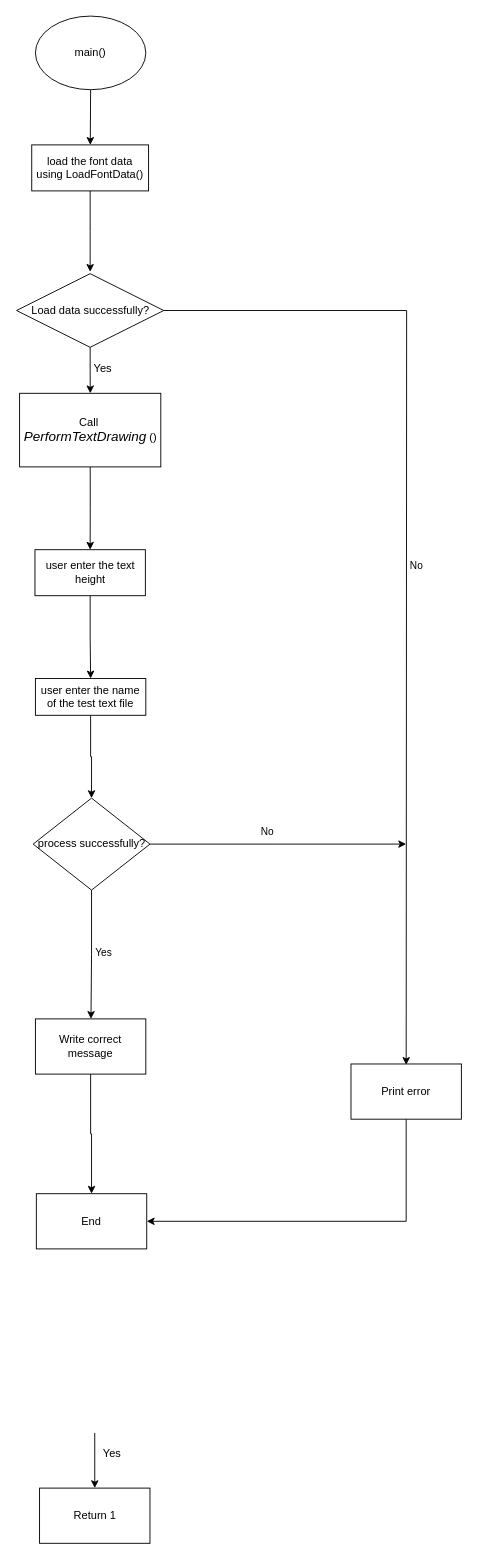
ssyzt397/robotics-2 keeps this draw.io diagram as main.drawio. Above is the earlier version. Source tidied: cells renumbered, new cells numbered last; positions are measured from the earlier drawing's top-left corner, leaving out a move shared by most shapes. Both pictures are drawn from the tidied source at 92%, with x=0, y=0 at pixel (16, 16).
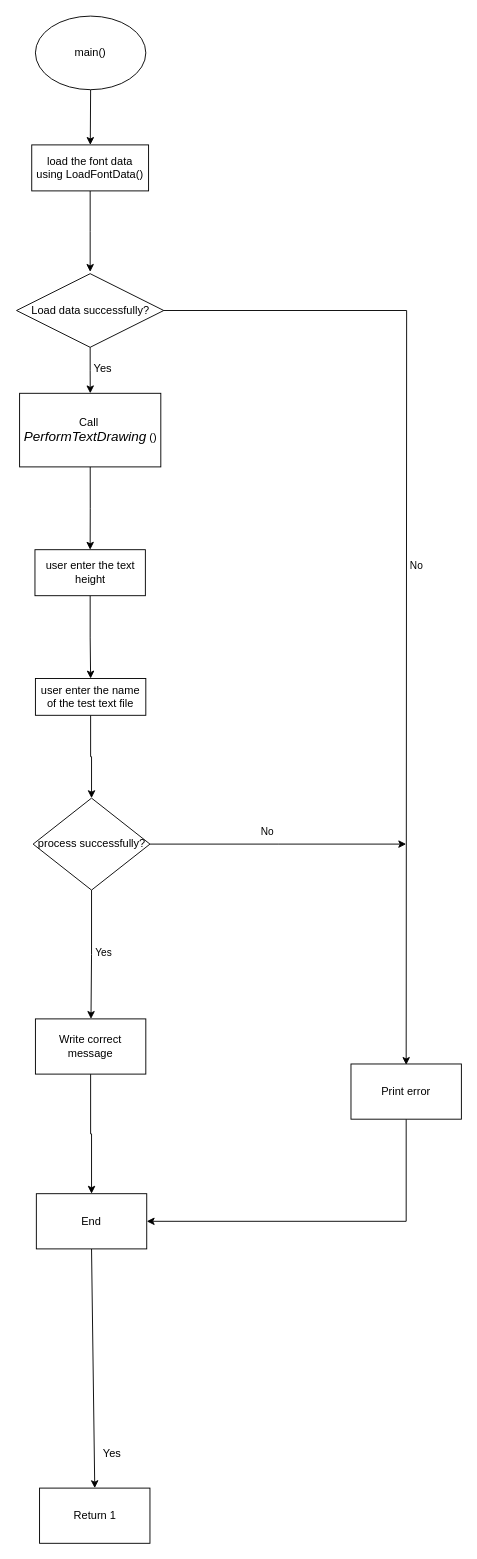
After the change.

Commit message:
change the flow chart about the main function

The change refers to these unchanged cells:
```xml
<mxCell id="12" value="Return 1" style="rounded=0;whiteSpace=wrap;html=1;" parent="1" vertex="1">
  <mxGeometry x="25.5" y="1600" width="120" height="60" as="geometry" />
</mxCell>
<mxCell id="26" value="End" style="rounded=0;whiteSpace=wrap;html=1;" parent="1" vertex="1">
  <mxGeometry x="22" y="1280" width="120" height="60" as="geometry" />
</mxCell>
```

What changed in the source:
```diff
@@
-    <mxCell id="13" style="endArrow=classic;html=1;rounded=0;entryX=0.5;entryY=0;entryDx=0;entryDy=0;exitX=0.5;exitY=1;exitDx=0;exitDy=0;" parent="1" edge="1" target="12">
-      <mxGeometry relative="1" as="geometry">
-        <mxPoint x="85.5" y="1540" as="sourcePoint" />
-      </mxGeometry>
+    <mxCell id="13" style="endArrow=classic;html=1;rounded=0;entryX=0.5;entryY=0;entryDx=0;entryDy=0;exitX=0.5;exitY=1;exitDx=0;exitDy=0;" parent="1" edge="1" source="26" target="12">
+      <mxGeometry relative="1" as="geometry" />
     </mxCell>
```
